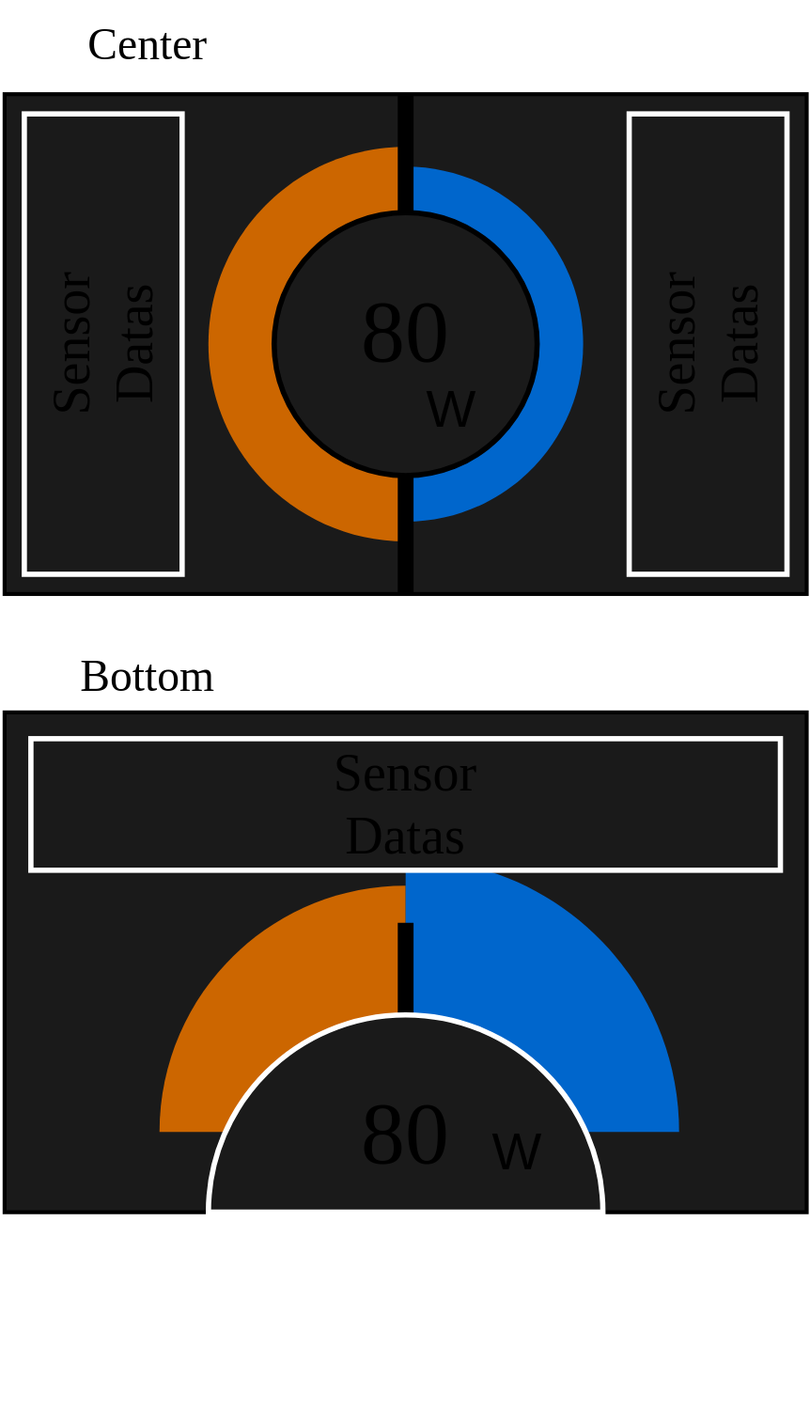
Earlier version of the draw.io export docs/Monitor.drawio.svg (TeamKuOn/Concordia). Source tidied: cells renumbered, new cells last; positions are measured from the earlier drawing's top-left corner, leaving out a move shared by most shapes.
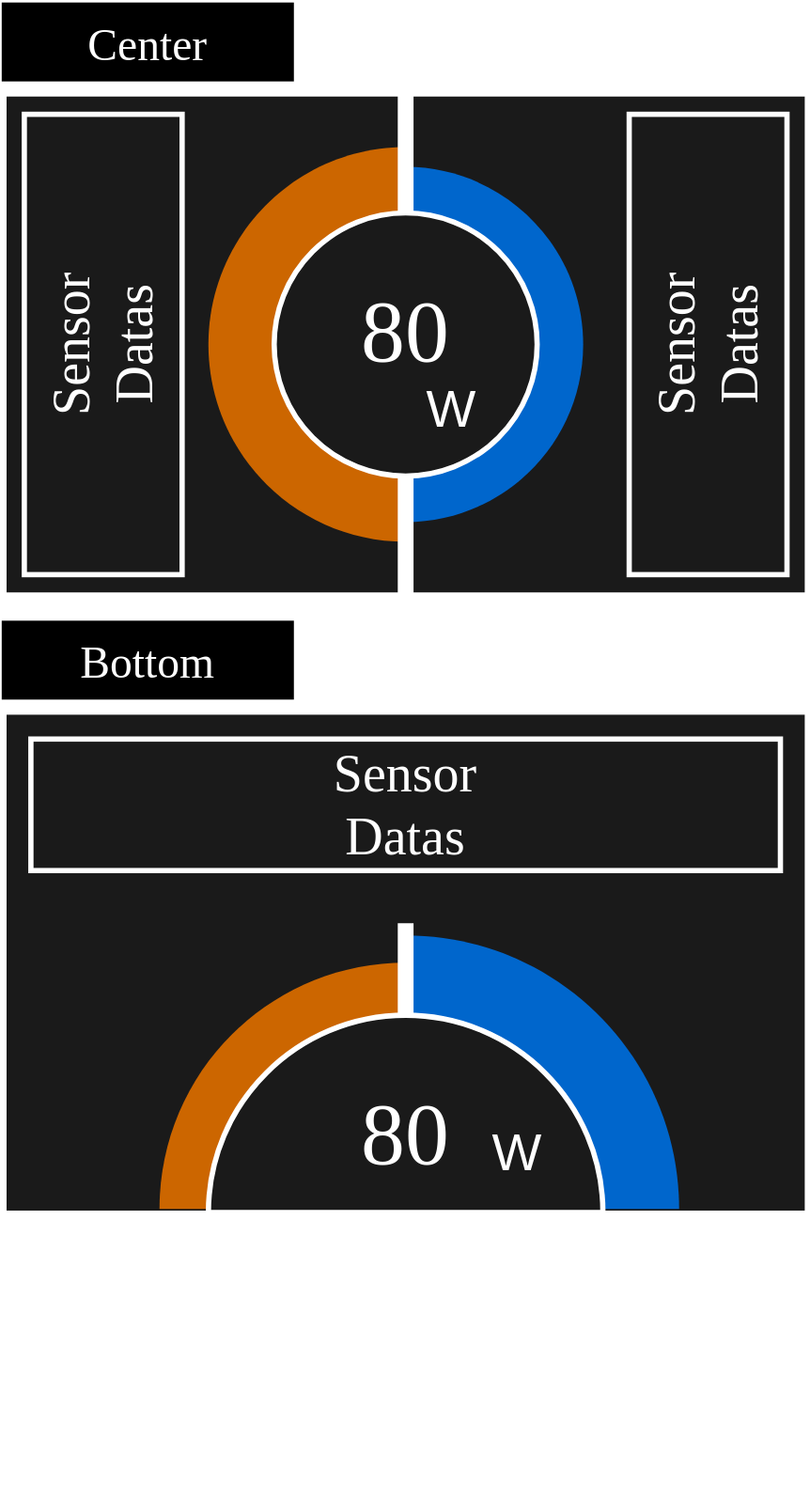
Above is the later version.

What changed in the source:
```diff
@@ -2,7 +2,7 @@
   <root>
     <mxCell id="0" />
     <mxCell id="1" parent="0" />
-    <mxCell id="2" style="rounded=0;whiteSpace=wrap;html=1;fillColor=#1A1A1A;strokeWidth=3;" parent="1" vertex="1">
+    <mxCell id="2" style="rounded=0;whiteSpace=wrap;html=1;fillColor=#1A1A1A;strokeWidth=3;strokeColor=#FFFFFF;" parent="1" vertex="1">
       <mxGeometry x="100" y="70" width="610" height="380" as="geometry" />
     </mxCell>
     <mxCell id="3" style="verticalLabelPosition=bottom;verticalAlign=top;html=1;shape=mxgraph.basic.half_circle;strokeWidth=4;rotation=90;strokeColor=none;fillColor=#CC6600;" parent="1" vertex="1">
@@ -11,28 +11,28 @@
     <mxCell id="4" style="verticalLabelPosition=bottom;verticalAlign=top;html=1;shape=mxgraph.basic.half_circle;strokeWidth=4;rotation=-90;strokeColor=none;fillColor=#0066CC;" parent="1" vertex="1">
       <mxGeometry x="337.5" y="192.5" width="270" height="135" as="geometry" />
     </mxCell>
-    <mxCell id="5" style="endArrow=none;html=1;entryX=0.5;entryY=1;entryDx=0;entryDy=0;exitX=0.5;exitY=0;exitDx=0;exitDy=0;strokeWidth=12;" parent="1" edge="1" source="2" target="2">
+    <mxCell id="5" style="endArrow=none;html=1;entryX=0.5;entryY=1;entryDx=0;entryDy=0;exitX=0.5;exitY=0;exitDx=0;exitDy=0;strokeWidth=12;strokeColor=#FFFFFF;" parent="1" edge="1" source="2" target="2">
       <mxGeometry relative="1" as="geometry" />
     </mxCell>
-    <mxCell id="6" style="ellipse;whiteSpace=wrap;html=1;strokeWidth=4;fillColor=#1A1A1A;" parent="1" vertex="1">
+    <mxCell id="6" style="ellipse;whiteSpace=wrap;html=1;strokeWidth=4;fillColor=#1A1A1A;strokeColor=#FFFFFF;" parent="1" vertex="1">
       <mxGeometry x="305" y="160" width="200" height="200" as="geometry" />
     </mxCell>
-    <mxCell id="7" value="&lt;font style=&quot;font-size: 67px&quot; face=&quot;Lucida Console&quot;&gt;&lt;span style=&quot;font-style: normal&quot;&gt;80&lt;/span&gt;&lt;/font&gt;" style="rounded=0;whiteSpace=wrap;html=1;strokeWidth=4;fillColor=none;fontColor=default;strokeColor=none;fontStyle=2;" parent="1" vertex="1">
+    <mxCell id="7" value="&lt;font style=&quot;font-size: 67px&quot; face=&quot;Lucida Console&quot;&gt;&lt;span style=&quot;font-style: normal&quot;&gt;80&lt;/span&gt;&lt;/font&gt;" style="rounded=0;whiteSpace=wrap;html=1;strokeWidth=4;fillColor=none;fontColor=#FFFFFF;strokeColor=none;fontStyle=2;" parent="1" vertex="1">
       <mxGeometry x="330" y="210" width="150" height="80" as="geometry" />
     </mxCell>
-    <mxCell id="8" value="W" style="rounded=0;whiteSpace=wrap;html=1;strokeWidth=4;fillColor=none;fontSize=40;fontColor=default;strokeColor=none;" parent="1" vertex="1">
+    <mxCell id="8" value="W" style="rounded=0;whiteSpace=wrap;html=1;strokeWidth=4;fillColor=none;fontSize=40;fontColor=#FFFFFF;strokeColor=none;" parent="1" vertex="1">
       <mxGeometry x="400" y="280" width="80" height="55" as="geometry" />
     </mxCell>
-    <mxCell id="9" style="rounded=0;whiteSpace=wrap;html=1;fillColor=#1A1A1A;strokeWidth=3;" parent="1" vertex="1">
+    <mxCell id="9" style="rounded=0;whiteSpace=wrap;html=1;fillColor=#1A1A1A;strokeWidth=3;strokeColor=#FFFFFF;" parent="1" vertex="1">
       <mxGeometry x="100" y="540" width="610" height="380" as="geometry" />
     </mxCell>
     <mxCell id="10" style="verticalLabelPosition=bottom;verticalAlign=top;html=1;shape=mxgraph.basic.pie;startAngle=0;endAngle=0.25;fontFamily=Lucida Console;fontSize=40;fontColor=default;strokeWidth=4;fillColor=#CC6600;fillOpacity=100;strokeColor=none;rotation=-90;" parent="1" vertex="1">
-      <mxGeometry x="217.8" y="671.7" width="374.4" height="374.4" as="geometry" />
+      <mxGeometry x="217.8" y="730" width="374.4" height="374.4" as="geometry" />
     </mxCell>
     <mxCell id="11" style="verticalLabelPosition=bottom;verticalAlign=top;html=1;shape=mxgraph.basic.pie;startAngle=0;endAngle=0.25;fontFamily=Lucida Console;fontSize=40;fontColor=default;strokeWidth=4;fillColor=#0066CC;fillOpacity=100;strokeColor=none;" parent="1" vertex="1">
-      <mxGeometry x="197" y="651" width="415.9" height="415.9" as="geometry" />
+      <mxGeometry x="197" y="709.2" width="415.9" height="415.9" as="geometry" />
     </mxCell>
-    <mxCell id="12" style="endArrow=none;html=1;entryX=0.5;entryY=1;entryDx=0;entryDy=0;strokeWidth=12;" parent="1" edge="1" target="9">
+    <mxCell id="12" style="endArrow=none;html=1;entryX=0.5;entryY=1;entryDx=0;entryDy=0;strokeWidth=12;strokeColor=#FFFFFF;" parent="1" edge="1" target="9">
       <mxGeometry relative="1" as="geometry">
         <mxPoint x="405" y="700" as="sourcePoint" />
       </mxGeometry>
@@ -40,26 +40,26 @@
     <mxCell id="13" style="verticalLabelPosition=bottom;verticalAlign=top;html=1;shape=mxgraph.basic.half_circle;strokeWidth=4;rotation=-180;strokeColor=#FFFFFF;fillColor=#1A1A1A;" parent="1" vertex="1">
       <mxGeometry x="255" y="770" width="300" height="150" as="geometry" />
     </mxCell>
-    <mxCell id="14" value="&lt;font style=&quot;font-size: 67px&quot; face=&quot;Lucida Console&quot;&gt;&lt;span style=&quot;font-style: normal&quot;&gt;80&lt;/span&gt;&lt;/font&gt;" style="rounded=0;whiteSpace=wrap;html=1;strokeWidth=4;fillColor=none;fontColor=default;strokeColor=none;fontStyle=2;" parent="1" vertex="1">
+    <mxCell id="14" value="&lt;font style=&quot;font-size: 67px&quot; face=&quot;Lucida Console&quot;&gt;&lt;span style=&quot;font-style: normal&quot;&gt;80&lt;/span&gt;&lt;/font&gt;" style="rounded=0;whiteSpace=wrap;html=1;strokeWidth=4;fillColor=none;fontColor=#FFFFFF;strokeColor=none;fontStyle=2;" parent="1" vertex="1">
       <mxGeometry x="330" y="820" width="150" height="80" as="geometry" />
     </mxCell>
-    <mxCell id="15" value="W" style="rounded=0;whiteSpace=wrap;html=1;strokeWidth=4;fillColor=none;fontSize=40;fontColor=default;strokeColor=none;" parent="1" vertex="1">
+    <mxCell id="15" value="W" style="rounded=0;whiteSpace=wrap;html=1;strokeWidth=4;fillColor=none;fontSize=40;fontColor=#FFFFFF;strokeColor=none;" parent="1" vertex="1">
       <mxGeometry x="450" y="845" width="80" height="55" as="geometry" />
     </mxCell>
-    <mxCell id="16" value="Sensor&lt;br&gt;Datas" style="rounded=0;whiteSpace=wrap;html=1;fontFamily=Lucida Console;fontSize=40;fontColor=default;strokeColor=#FFFFFF;strokeWidth=4;fillColor=#1A1A1A;rotation=-90;" parent="1" vertex="1">
+    <mxCell id="16" value="Sensor&lt;br&gt;Datas" style="rounded=0;whiteSpace=wrap;html=1;fontFamily=Lucida Console;fontSize=40;fontColor=#FFFFFF;strokeColor=#FFFFFF;strokeWidth=4;fillColor=#1A1A1A;rotation=-90;" parent="1" vertex="1">
       <mxGeometry y="200" width="350" height="120" as="geometry" />
     </mxCell>
-    <mxCell id="17" value="Sensor&lt;br&gt;Datas" style="rounded=0;whiteSpace=wrap;html=1;fontFamily=Lucida Console;fontSize=40;fontColor=default;strokeColor=#FFFFFF;strokeWidth=4;fillColor=#1A1A1A;rotation=-90;" parent="1" vertex="1">
+    <mxCell id="17" value="Sensor&lt;br&gt;Datas" style="rounded=0;whiteSpace=wrap;html=1;fontFamily=Lucida Console;fontSize=40;fontColor=#FFFFFF;strokeColor=#FFFFFF;strokeWidth=4;fillColor=#1A1A1A;rotation=-90;" parent="1" vertex="1">
       <mxGeometry x="460" y="200" width="350" height="120" as="geometry" />
     </mxCell>
-    <mxCell id="18" value="Sensor&lt;br&gt;Datas" style="rounded=0;whiteSpace=wrap;html=1;fontFamily=Lucida Console;fontSize=40;fontColor=default;strokeColor=#FFFFFF;strokeWidth=4;fillColor=#1A1A1A;rotation=0;" parent="1" vertex="1">
+    <mxCell id="18" value="Sensor&lt;br&gt;Datas" style="rounded=0;whiteSpace=wrap;html=1;fontFamily=Lucida Console;fontSize=40;fontColor=#FFFFFF;strokeColor=#FFFFFF;strokeWidth=4;fillColor=#1A1A1A;rotation=0;" parent="1" vertex="1">
       <mxGeometry x="120" y="560" width="570" height="100" as="geometry" />
     </mxCell>
-    <mxCell id="19" value="&lt;font style=&quot;font-size: 34px&quot;&gt;Center&lt;/font&gt;" style="rounded=0;whiteSpace=wrap;html=1;fontFamily=Lucida Console;fontSize=40;fontColor=default;strokeColor=none;strokeWidth=3;fillColor=none;" parent="1" vertex="1">
+    <mxCell id="19" value="&lt;font style=&quot;font-size: 34px&quot;&gt;Center&lt;/font&gt;" style="rounded=0;whiteSpace=wrap;html=1;fontFamily=Lucida Console;fontSize=40;fontColor=#FFFFFF;strokeColor=none;strokeWidth=3;fillColor=#000000;" parent="1" vertex="1">
       <mxGeometry x="97.8" width="222.2" height="60" as="geometry" />
     </mxCell>
-    <mxCell id="20" value="&lt;span style=&quot;font-size: 34px&quot;&gt;Bottom&lt;/span&gt;" style="rounded=0;whiteSpace=wrap;html=1;fontFamily=Lucida Console;fontSize=40;fontColor=default;strokeColor=none;strokeWidth=3;fillColor=none;" parent="1" vertex="1">
-      <mxGeometry x="97.8" y="480" width="222.2" height="60" as="geometry" />
+    <mxCell id="20" value="&lt;span style=&quot;font-size: 34px&quot;&gt;Bottom&lt;/span&gt;" style="rounded=0;whiteSpace=wrap;html=1;fontFamily=Lucida Console;fontSize=40;fontColor=#FFFFFF;strokeColor=none;strokeWidth=3;fillColor=#000000;" parent="1" vertex="1">
+      <mxGeometry x="97.8" y="470" width="222.2" height="60" as="geometry" />
     </mxCell>
   </root>
 </mxGraphModel>
```
